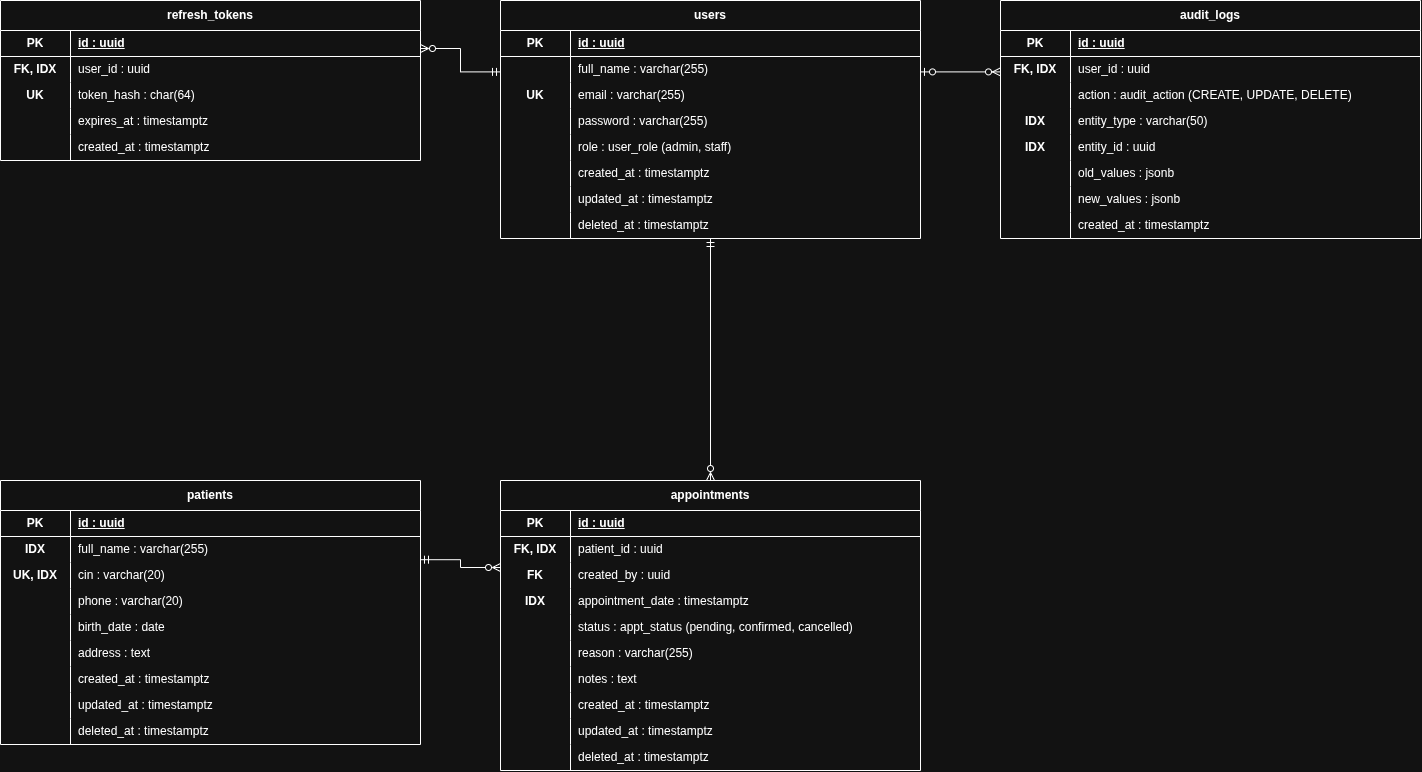
Before: docs/erd-clinicFlow.drawio.png, a diagram exported from draw.io (Mohamed-EDDAHMANI/clinicFlow). Source tidied: cells renumbered, new cells last; positions are measured from the earlier drawing's top-left corner, leaving out a move shared by most shapes.
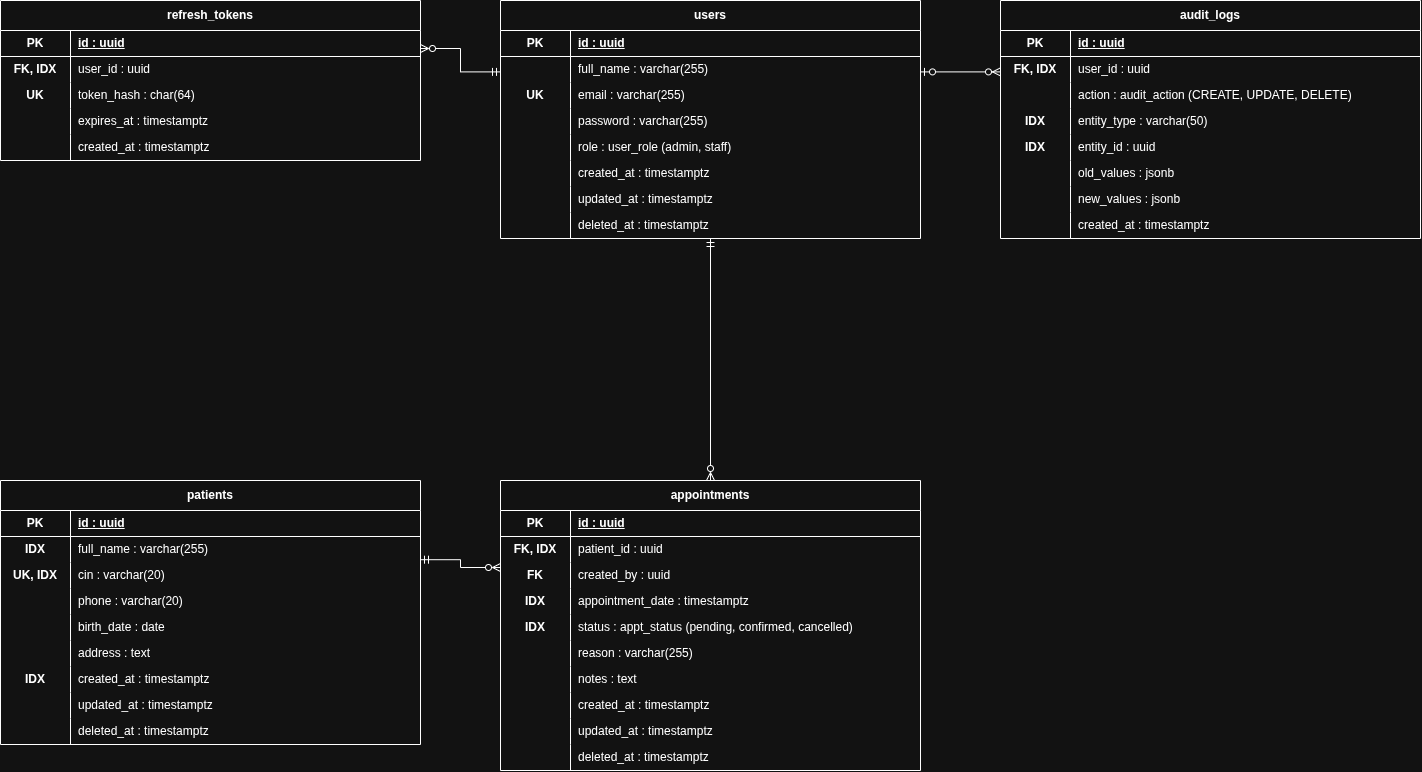
After the commit.

Commit message:
feat(db): add schema migrations

Diff of the diagram source:
```diff
@@ -137,7 +137,7 @@
     <mxCell id="46" style="shape=tableRow;horizontal=0;startSize=0;swimlaneHead=0;swimlaneBody=0;fillColor=none;top=0;left=0;right=0;bottom=0;html=1;" parent="27" vertex="1">
       <mxGeometry y="186" width="420" height="26" as="geometry" />
     </mxCell>
-    <mxCell id="47" style="shape=partialRectangle;fillColor=none;top=0;left=0;bottom=0;right=0;fontStyle=1;overflow=hidden;whiteSpace=wrap;html=1;" parent="46" vertex="1">
+    <mxCell id="47" value="IDX" style="shape=partialRectangle;fillColor=none;top=0;left=0;bottom=0;right=0;fontStyle=1;overflow=hidden;whiteSpace=wrap;html=1;" parent="46" vertex="1">
       <mxGeometry width="70" height="26" as="geometry" />
     </mxCell>
     <mxCell id="48" value="created_at : timestamptz" style="shape=partialRectangle;fillColor=none;top=0;left=0;bottom=0;right=0;align=left;spacingLeft=6;fontStyle=0;overflow=hidden;whiteSpace=wrap;html=1;" parent="46" vertex="1">
@@ -203,7 +203,7 @@
     <mxCell id="68" style="shape=tableRow;horizontal=0;startSize=0;swimlaneHead=0;swimlaneBody=0;fillColor=none;top=0;left=0;right=0;bottom=0;html=1;" parent="55" vertex="1">
       <mxGeometry y="134" width="420" height="26" as="geometry" />
     </mxCell>
-    <mxCell id="69" style="shape=partialRectangle;fillColor=none;top=0;left=0;bottom=0;right=0;fontStyle=1;overflow=hidden;whiteSpace=wrap;html=1;" parent="68" vertex="1">
+    <mxCell id="69" value="IDX" style="shape=partialRectangle;fillColor=none;top=0;left=0;bottom=0;right=0;fontStyle=1;overflow=hidden;whiteSpace=wrap;html=1;" parent="68" vertex="1">
       <mxGeometry width="70" height="26" as="geometry" />
     </mxCell>
     <mxCell id="70" value="status : appt_status (pending, confirmed, cancelled)" style="shape=partialRectangle;fillColor=none;top=0;left=0;bottom=0;right=0;align=left;spacingLeft=6;fontStyle=0;overflow=hidden;whiteSpace=wrap;html=1;" parent="68" vertex="1">
```
